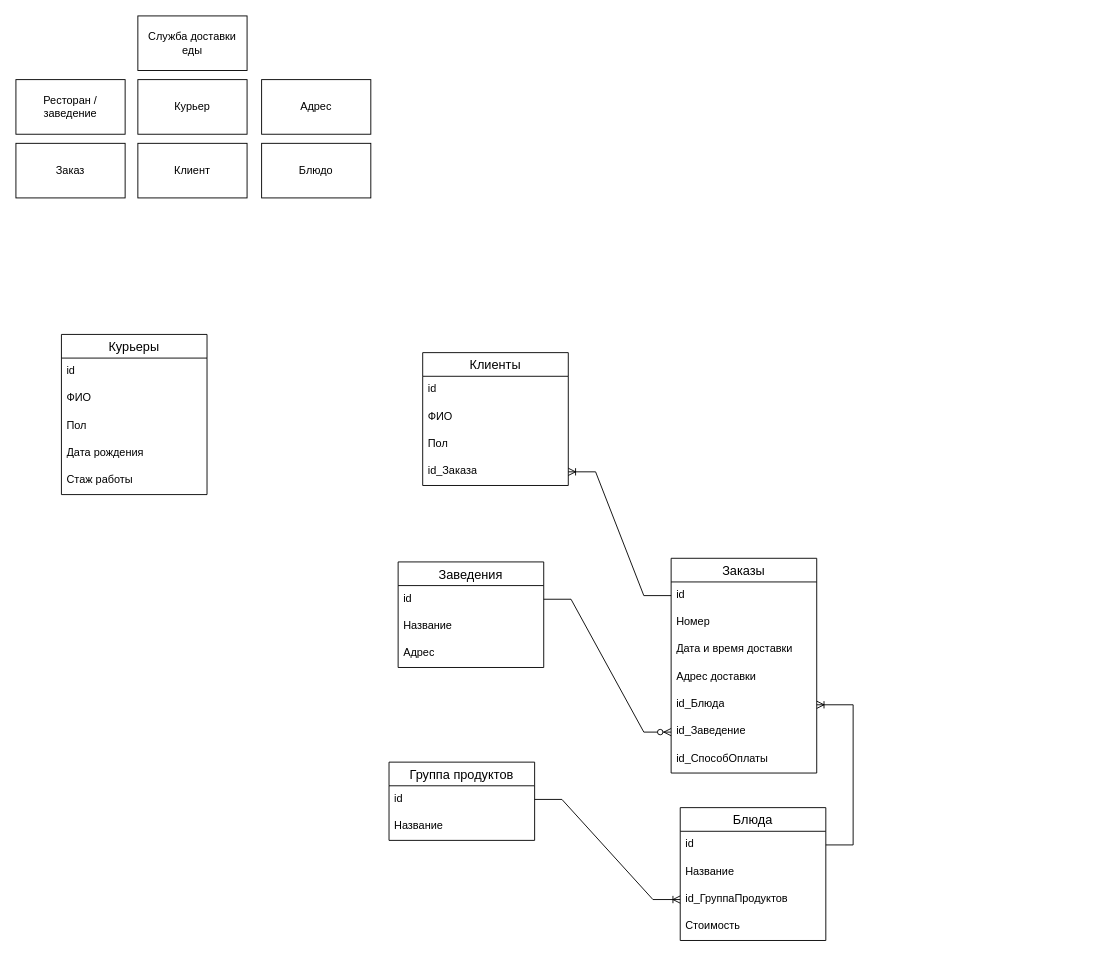
This is mydatabase.drawio from ART1KZ/drawio_database, a draw.io file, before an edit. Source tidied: cells renumbered, new cells numbered last; positions are measured from the earlier drawing's top-left corner, leaving out a move shared by most shapes. Both pictures are drawn from the tidied source at 91%, with x=0, y=0 at pixel (15, 15).
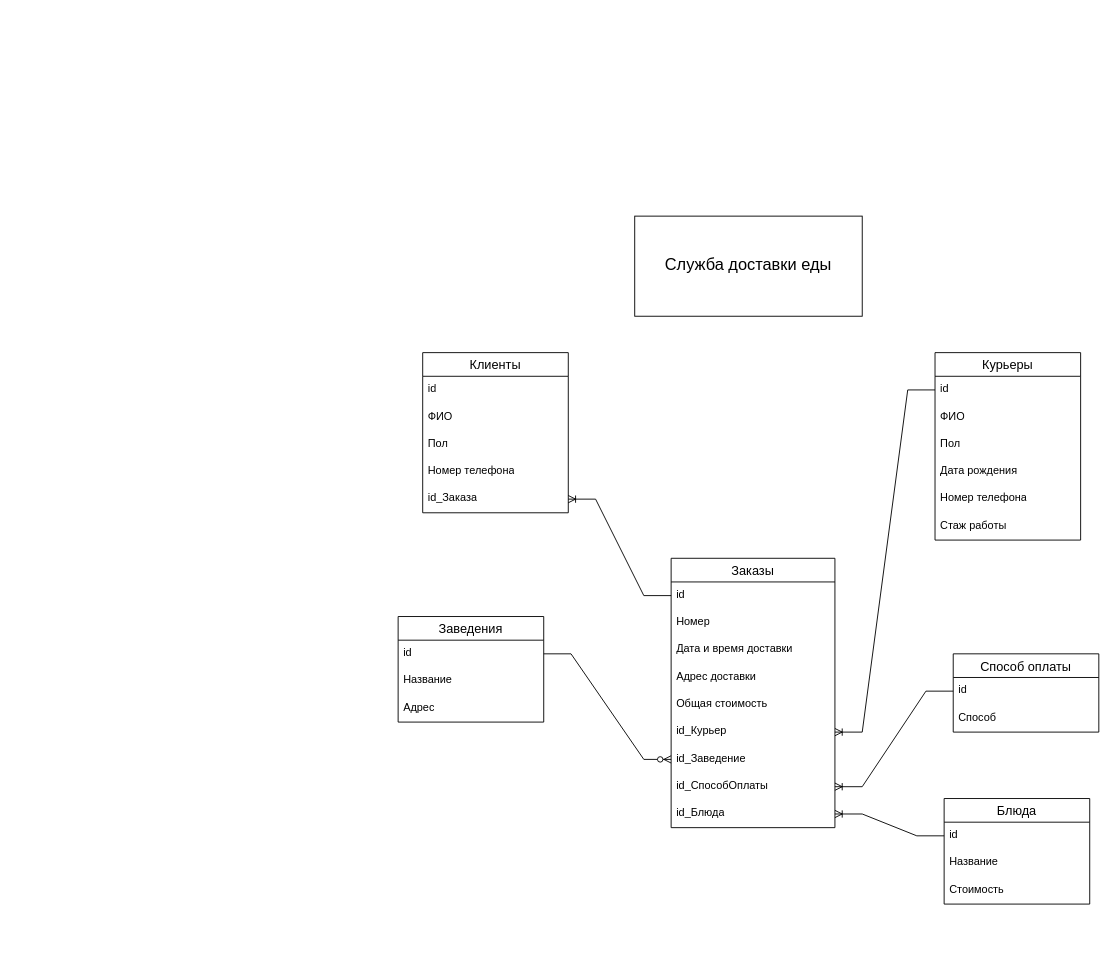
The same page after the edit.

Unchanged cells that the change refers to:
```xml
<mxCell id="10" value="id" style="text;strokeColor=none;fillColor=none;spacingLeft=4;spacingRight=4;overflow=hidden;points=[[0,0.5],[1,0.5]];portConstraint=eastwest;fontSize=12;whiteSpace=wrap;html=1;" parent="9" vertex="1">
  <mxGeometry y="26" width="160" height="30" as="geometry" />
</mxCell>
```

Diff of the diagram source:
```diff
@@
-    <mxCell id="2" value="Служба доставки еды" style="rounded=0;whiteSpace=wrap;html=1;" parent="1" vertex="1">
-      <mxGeometry x="134" width="120" height="60" as="geometry" />
+    <mxCell id="2" value="&lt;p style=&quot;line-height: 120%;&quot;&gt;&lt;font style=&quot;font-size: 18px;&quot;&gt;Служба доставки еды&lt;/font&gt;&lt;/p&gt;" style="rounded=0;whiteSpace=wrap;html=1;" parent="1" vertex="1">
+      <mxGeometry x="680" y="220" width="250" height="110" as="geometry" />
     </mxCell>
-    <mxCell id="3" value="Курьер" style="rounded=0;whiteSpace=wrap;html=1;" parent="1" vertex="1">
-      <mxGeometry x="134" y="70" width="120" height="60" as="geometry" />
-    </mxCell>
-    <mxCell id="4" value="Клиент" style="rounded=0;whiteSpace=wrap;html=1;" parent="1" vertex="1">
-      <mxGeometry x="134" y="140" width="120" height="60" as="geometry" />
-    </mxCell>
-    <mxCell id="5" value="Заказ" style="rounded=0;whiteSpace=wrap;html=1;" parent="1" vertex="1">
-      <mxGeometry y="140" width="120" height="60" as="geometry" />
-    </mxCell>
-    <mxCell id="6" value="Ресторан / заведение" style="rounded=0;whiteSpace=wrap;html=1;" parent="1" vertex="1">
-      <mxGeometry y="70" width="120" height="60" as="geometry" />
-    </mxCell>
-    <mxCell id="7" value="Адрес" style="rounded=0;whiteSpace=wrap;html=1;" parent="1" vertex="1">
-      <mxGeometry x="270" y="70" width="120" height="60" as="geometry" />
-    </mxCell>
-    <mxCell id="8" value="Блюдо" style="rounded=0;whiteSpace=wrap;html=1;" parent="1" vertex="1">
-      <mxGeometry x="270" y="140" width="120" height="60" as="geometry" />
-    </mxCell>
     <mxCell id="9" value="Курьеры" style="swimlane;fontStyle=0;horizontal=1;startSize=26;align=center;fontSize=14;" parent="1" vertex="1">
-      <mxGeometry x="50" y="350" width="160" height="176" as="geometry" />
+      <mxGeometry x="1010" y="370" width="160" height="206" as="geometry" />
     </mxCell>
@@
+    <mxCell id="44" value="Номер телефона" style="text;strokeColor=none;fillColor=none;spacingLeft=4;spacingRight=4;overflow=hidden;fontSize=12;whiteSpace=wrap;html=1;" parent="9" vertex="1">
+      <mxGeometry y="146" width="160" height="30" as="geometry" />
+    </mxCell>
     <mxCell id="14" value="Стаж работы" style="text;strokeColor=none;fillColor=none;spacingLeft=4;spacingRight=4;overflow=hidden;fontSize=12;whiteSpace=wrap;html=1;" parent="9" vertex="1">
-      <mxGeometry y="146" width="160" height="30" as="geometry" />
+      <mxGeometry y="176" width="160" height="30" as="geometry" />
     </mxCell>
     <mxCell id="15" value="Клиенты" style="swimlane;fontStyle=0;horizontal=1;startSize=26;align=center;fontSize=14;" parent="1" vertex="1">
-      <mxGeometry x="447" y="370" width="160" height="146" as="geometry" />
+      <mxGeometry x="447" y="370" width="160" height="176" as="geometry" />
     </mxCell>
@@
+    <mxCell id="45" value="Номер телефона" style="text;strokeColor=none;fillColor=none;spacingLeft=4;spacingRight=4;overflow=hidden;fontSize=12;whiteSpace=wrap;html=1;" parent="15" vertex="1">
+      <mxGeometry y="116" width="160" height="30" as="geometry" />
+    </mxCell>
     <mxCell id="19" value="id_Заказа" style="text;strokeColor=none;fillColor=none;spacingLeft=4;spacingRight=4;overflow=hidden;points=[[0,0.5],[1,0.5]];portConstraint=eastwest;fontSize=12;whiteSpace=wrap;html=1;" parent="15" vertex="1">
-      <mxGeometry y="116" width="160" height="30" as="geometry" />
+      <mxGeometry y="146" width="160" height="30" as="geometry" />
     </mxCell>
     <mxCell id="20" value="Заказы" style="swimlane;fontStyle=0;horizontal=1;startSize=26;align=center;fontSize=14;" parent="1" vertex="1">
-      <mxGeometry x="720" y="596" width="160" height="236" as="geometry" />
+      <mxGeometry x="720" y="596" width="180" height="296" as="geometry" />
     </mxCell>
     <mxCell id="21" value="id" style="text;strokeColor=none;fillColor=none;spacingLeft=4;spacingRight=4;overflow=hidden;points=[[0,0.5],[1,0.5]];portConstraint=eastwest;fontSize=12;whiteSpace=wrap;html=1;" parent="20" vertex="1">
-      <mxGeometry y="26" width="160" height="30" as="geometry" />
+      <mxGeometry y="26" width="180" height="30" as="geometry" />
     </mxCell>
     <mxCell id="22" value="Номер" style="text;strokeColor=none;fillColor=none;spacingLeft=4;spacingRight=4;overflow=hidden;fontSize=12;whiteSpace=wrap;html=1;" parent="20" vertex="1">
-      <mxGeometry y="56" width="160" height="30" as="geometry" />
+      <mxGeometry y="56" width="180" height="30" as="geometry" />
     </mxCell>
     <mxCell id="23" value="Дата и время доставки" style="text;strokeColor=none;fillColor=none;spacingLeft=4;spacingRight=4;overflow=hidden;fontSize=12;whiteSpace=wrap;html=1;" parent="20" vertex="1">
-      <mxGeometry y="86" width="160" height="30" as="geometry" />
+      <mxGeometry y="86" width="180" height="30" as="geometry" />
     </mxCell>
     <mxCell id="24" value="Адрес доставки" style="text;strokeColor=none;fillColor=none;spacingLeft=4;spacingRight=4;overflow=hidden;fontSize=12;whiteSpace=wrap;html=1;" parent="20" vertex="1">
-      <mxGeometry y="116" width="160" height="30" as="geometry" />
+      <mxGeometry y="116" width="180" height="30" as="geometry" />
     </mxCell>
-    <mxCell id="25" value="id_Блюда" style="text;strokeColor=none;fillColor=none;spacingLeft=4;spacingRight=4;overflow=hidden;points=[[0,0.5],[1,0.5]];portConstraint=eastwest;fontSize=12;whiteSpace=wrap;html=1;" parent="20" vertex="1">
-      <mxGeometry y="146" width="160" height="30" as="geometry" />
-    </mxCell>
+    <mxCell id="46" value="Oбщая стоимость&lt;br&gt;" style="text;strokeColor=none;fillColor=none;spacingLeft=4;spacingRight=4;overflow=hidden;fontSize=12;whiteSpace=wrap;html=1;" parent="20" vertex="1">
+      <mxGeometry y="146" width="180" height="30" as="geometry" />
+    </mxCell>
+    <mxCell id="47" value="id_Курьер" style="text;strokeColor=none;fillColor=none;spacingLeft=4;spacingRight=4;overflow=hidden;points=[[0,0.5],[1,0.5]];portConstraint=eastwest;fontSize=12;whiteSpace=wrap;html=1;" parent="20" vertex="1">
+      <mxGeometry y="176" width="180" height="30" as="geometry" />
+    </mxCell>
     <mxCell id="26" value="id_Заведение" style="text;strokeColor=none;fillColor=none;spacingLeft=4;spacingRight=4;overflow=hidden;points=[[0,0.5],[1,0.5]];portConstraint=eastwest;fontSize=12;whiteSpace=wrap;html=1;" parent="20" vertex="1">
-      <mxGeometry y="176" width="160" height="30" as="geometry" />
+      <mxGeometry y="206" width="180" height="30" as="geometry" />
     </mxCell>
     <mxCell id="27" value="id_СпособОплаты" style="text;strokeColor=none;fillColor=none;spacingLeft=4;spacingRight=4;overflow=hidden;points=[[0,0.5],[1,0.5]];portConstraint=eastwest;fontSize=12;whiteSpace=wrap;html=1;" parent="20" vertex="1">
-      <mxGeometry y="206" width="160" height="30" as="geometry" />
+      <mxGeometry y="236" width="180" height="30" as="geometry" />
     </mxCell>
+    <mxCell id="25" value="id_Блюда" style="text;strokeColor=none;fillColor=none;spacingLeft=4;spacingRight=4;overflow=hidden;points=[[0,0.5],[1,0.5]];portConstraint=eastwest;fontSize=12;whiteSpace=wrap;html=1;" parent="20" vertex="1">
+      <mxGeometry y="266" width="180" height="30" as="geometry" />
+    </mxCell>
@@
     <mxCell id="29" value="Блюда" style="swimlane;fontStyle=0;horizontal=1;startSize=26;align=center;fontSize=14;" parent="1" vertex="1">
-      <mxGeometry x="730" y="870" width="160" height="146" as="geometry" />
+      <mxGeometry x="1020" y="860" width="160" height="116" as="geometry" />
     </mxCell>
@@
-    <mxCell id="32" value="id_ГруппаПродуктов" style="text;strokeColor=none;fillColor=none;spacingLeft=4;spacingRight=4;overflow=hidden;points=[[0,0.5],[1,0.5]];portConstraint=eastwest;fontSize=12;whiteSpace=wrap;html=1;" parent="29" vertex="1">
-      <mxGeometry y="86" width="160" height="30" as="geometry" />
-    </mxCell>
     <mxCell id="33" value="Стоимость" style="text;strokeColor=none;fillColor=none;spacingLeft=4;spacingRight=4;overflow=hidden;fontSize=12;whiteSpace=wrap;html=1;" parent="29" vertex="1">
-      <mxGeometry y="116" width="160" height="30" as="geometry" />
+      <mxGeometry y="86" width="160" height="30" as="geometry" />
     </mxCell>
@@
-    <mxCell id="35" value="Группа продуктов" style="swimlane;fontStyle=0;horizontal=1;startSize=26;align=center;fontSize=14;" parent="1" vertex="1">
-      <mxGeometry x="410" y="820" width="160" height="86" as="geometry" />
-    </mxCell>
-    <mxCell id="36" value="id" style="text;strokeColor=none;fillColor=none;spacingLeft=4;spacingRight=4;overflow=hidden;points=[[0,0.5],[1,0.5]];portConstraint=eastwest;fontSize=12;whiteSpace=wrap;html=1;" parent="35" vertex="1">
-      <mxGeometry y="26" width="160" height="30" as="geometry" />
-    </mxCell>
-    <mxCell id="37" value="Название" style="text;strokeColor=none;fillColor=none;spacingLeft=4;spacingRight=4;overflow=hidden;fontSize=12;whiteSpace=wrap;html=1;" parent="35" vertex="1">
-      <mxGeometry y="56" width="160" height="30" as="geometry" />
-    </mxCell>
-    <mxCell id="38" style="edgeStyle=entityRelationEdgeStyle;fontSize=12;html=1;endArrow=ERoneToMany;rounded=0;" parent="1" edge="1" source="36" target="32">
-      <mxGeometry relative="1" as="geometry" />
-    </mxCell>
@@
     <mxCell id="40" value="Заведения" style="swimlane;fontStyle=0;horizontal=1;startSize=26;align=center;fontSize=14;" parent="1" vertex="1">
-      <mxGeometry x="420" y="600" width="160" height="116" as="geometry" />
+      <mxGeometry x="420" y="660" width="160" height="116" as="geometry" />
     </mxCell>
@@
+    <mxCell id="48" style="edgeStyle=entityRelationEdgeStyle;fontSize=12;html=1;endArrow=ERoneToMany;rounded=0;" parent="1" edge="1" source="10" target="47">
+      <mxGeometry relative="1" as="geometry" />
+    </mxCell>
+    <mxCell id="49" value="Способ оплаты" style="swimlane;fontStyle=0;horizontal=1;startSize=26;align=center;fontSize=14;" parent="1" vertex="1">
+      <mxGeometry x="1030" y="701" width="160" height="86" as="geometry" />
+    </mxCell>
+    <mxCell id="36" value="id" style="text;strokeColor=none;fillColor=none;spacingLeft=4;spacingRight=4;overflow=hidden;points=[[0,0.5],[1,0.5]];portConstraint=eastwest;fontSize=12;whiteSpace=wrap;html=1;" parent="49" vertex="1">
+      <mxGeometry y="26" width="160" height="30" as="geometry" />
+    </mxCell>
+    <mxCell id="50" value="Способ" style="text;strokeColor=none;fillColor=none;spacingLeft=4;spacingRight=4;overflow=hidden;fontSize=12;whiteSpace=wrap;html=1;" parent="49" vertex="1">
+      <mxGeometry y="56" width="160" height="30" as="geometry" />
+    </mxCell>
+    <mxCell id="51" style="edgeStyle=entityRelationEdgeStyle;fontSize=12;html=1;endArrow=ERoneToMany;rounded=0;" parent="1" edge="1" source="36" target="27">
+      <mxGeometry relative="1" as="geometry" />
+    </mxCell>
```
